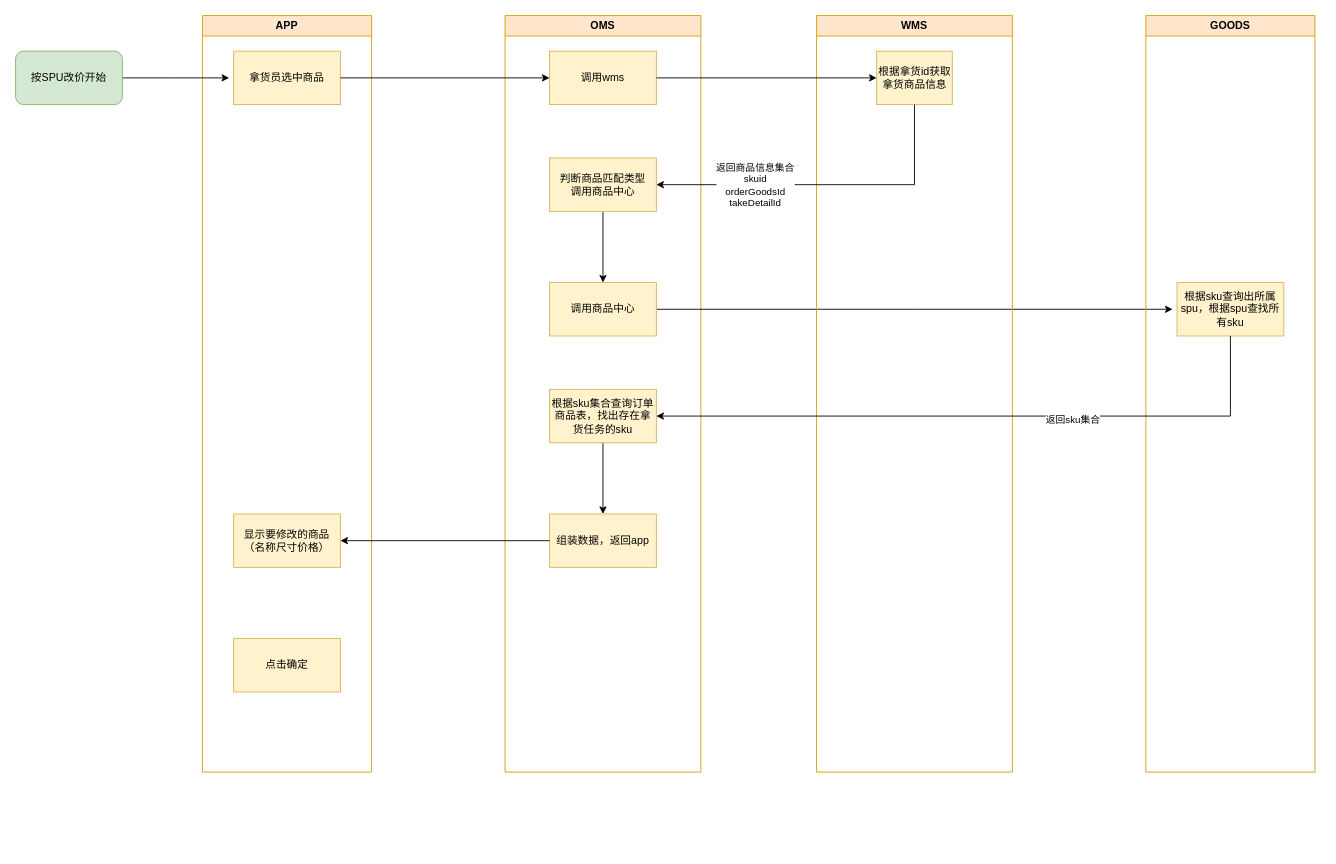
Earlier version of the draw.io diagram 改价流程.drawio (bian0814/draw.io). Source tidied: cells renumbered, new cells numbered last; positions are measured from the earlier drawing's top-left corner, leaving out a move shared by most shapes. Both pictures are drawn from the tidied source at 89%, with x=0, y=0 at pixel (15, 15).
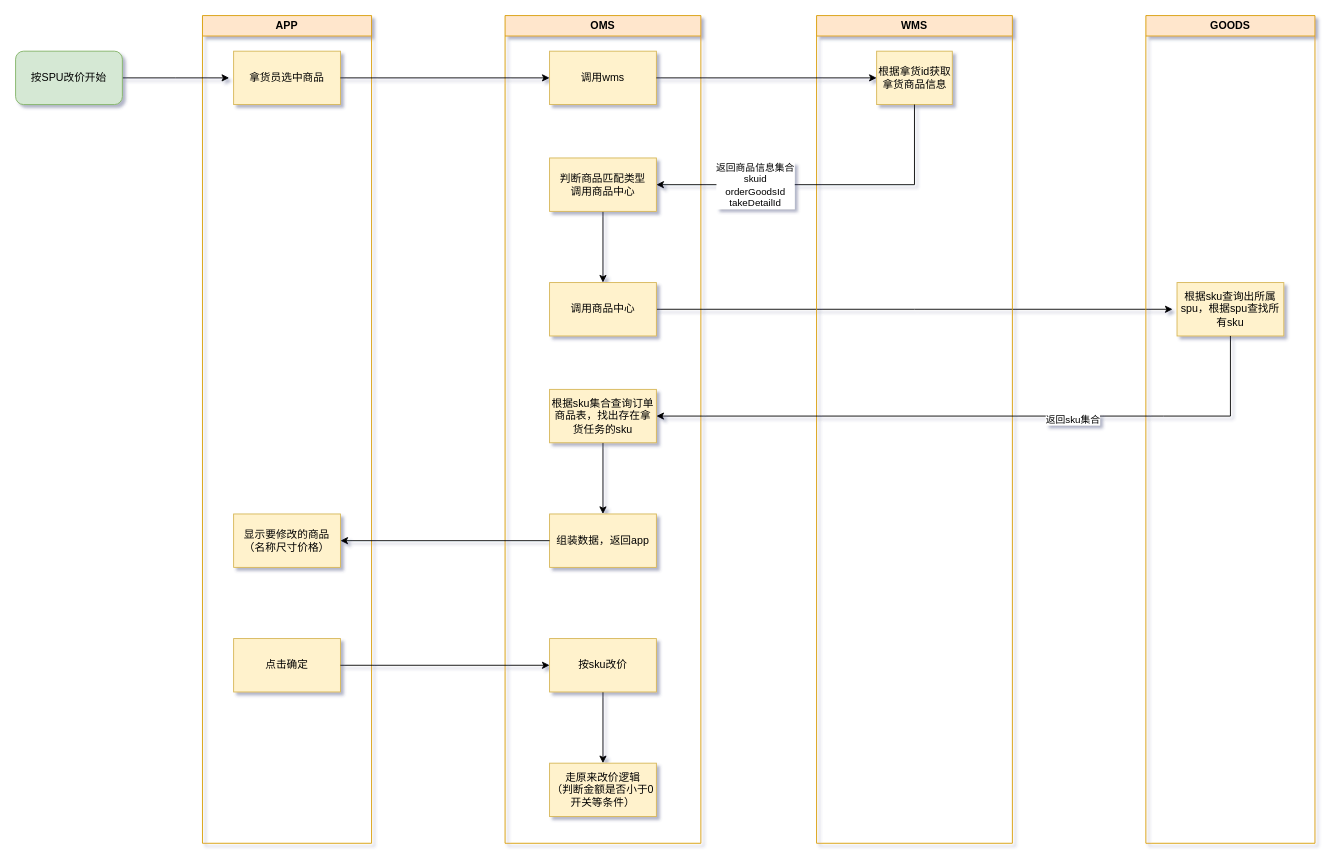
After the change.

Commit message:
更新改价流程.drawio

The change refers to these unchanged cells:
```xml
<mxCell id="5" value="点击确定" style="whiteSpace=wrap;html=1;fillColor=#fff2cc;strokeColor=#d6b656;" parent="2" vertex="1">
  <mxGeometry x="35" y="700" width="120" height="60" as="geometry" />
</mxCell>
```

The edit, as a diff of the source:
```diff
@@
-<mxGraphModel>
+<mxGraphModel shadow="1">
@@
     <mxCell id="2" value="APP" style="swimlane;whiteSpace=wrap;html=1;startSize=23;fillColor=#ffe6cc;strokeColor=#d79b00;" parent="1" vertex="1">
-      <mxGeometry x="210" width="190" height="850" as="geometry" />
+      <mxGeometry x="210" width="190" height="930" as="geometry" />
     </mxCell>
@@
     <mxCell id="6" value="OMS" style="swimlane;whiteSpace=wrap;html=1;startSize=23;fillColor=#ffe6cc;strokeColor=#d79b00;" parent="1" vertex="1">
-      <mxGeometry x="550" width="220" height="850" as="geometry" />
+      <mxGeometry x="550" width="220" height="930" as="geometry" />
     </mxCell>
@@
+    <mxCell id="28" style="edgeStyle=orthogonalEdgeStyle;rounded=0;jettySize=auto;html=1;" parent="6" edge="1" source="29" target="30">
+      <mxGeometry relative="1" as="geometry" />
+    </mxCell>
+    <mxCell id="29" value="按sku改价" style="whiteSpace=wrap;html=1;fillColor=#fff2cc;strokeColor=#d6b656;" parent="6" vertex="1">
+      <mxGeometry x="50" y="700" width="120" height="60" as="geometry" />
+    </mxCell>
+    <mxCell id="30" value="走原来改价逻辑&lt;br&gt;（判断金额是否小于0&lt;br&gt;开关等条件）" style="whiteSpace=wrap;html=1;fillColor=#fff2cc;strokeColor=#d6b656;" parent="6" vertex="1">
+      <mxGeometry x="50" y="840" width="120" height="60" as="geometry" />
+    </mxCell>
     <mxCell id="15" value="GOODS" style="swimlane;whiteSpace=wrap;html=1;startSize=23;fillColor=#ffe6cc;strokeColor=#d79b00;" parent="1" vertex="1">
-      <mxGeometry x="1270" width="190" height="850" as="geometry" />
+      <mxGeometry x="1270" width="190" height="930" as="geometry" />
     </mxCell>
@@
     <mxCell id="20" value="WMS" style="swimlane;whiteSpace=wrap;html=1;startSize=23;fillColor=#ffe6cc;strokeColor=#d79b00;" parent="1" vertex="1">
-      <mxGeometry x="900" width="220" height="850" as="geometry" />
+      <mxGeometry x="900" width="220" height="930" as="geometry" />
     </mxCell>
@@
+    <mxCell id="31" style="edgeStyle=orthogonalEdgeStyle;rounded=0;jettySize=auto;html=1;" parent="1" edge="1" source="5" target="29">
+      <mxGeometry relative="1" as="geometry" />
+    </mxCell>
```
